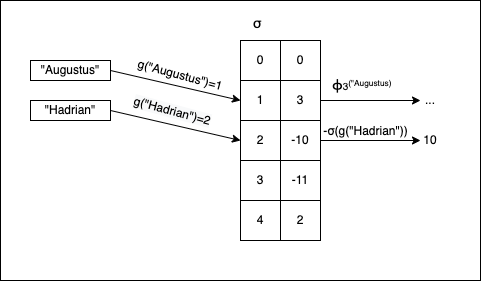
Above: assets/images/2022-03-15-perfect-hashing-with-java/fct.drawio.png in nomemory/andreinc-site (draw.io), before the change. Source tidied: cells renumbered, new cells last; positions are measured from the earlier drawing's top-left corner, leaving out a move shared by most shapes.
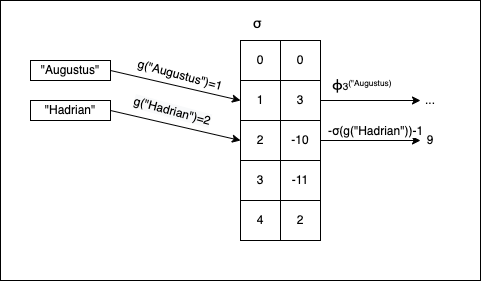
After the commit.

Change to the diagram source:
```diff
@@ -69,11 +69,11 @@
         <mxPoint x="420" y="140" as="targetPoint" />
       </mxGeometry>
     </mxCell>
-    <mxCell id="23" value="10" style="text;html=1;strokeColor=none;fillColor=none;align=center;verticalAlign=middle;whiteSpace=wrap;rounded=0;" parent="1" vertex="1">
+    <mxCell id="23" value="9" style="text;html=1;strokeColor=none;fillColor=none;align=center;verticalAlign=middle;whiteSpace=wrap;rounded=0;" parent="1" vertex="1">
       <mxGeometry x="400" y="125" width="60" height="30" as="geometry" />
     </mxCell>
-    <mxCell id="24" value="&lt;div style=&quot;line-height: 18px&quot;&gt;&lt;span style=&quot;background-color: rgb(255 , 255 , 255)&quot;&gt;-σ(g(&quot;Hadrian&quot;))&lt;/span&gt;&lt;/div&gt;" style="text;html=1;align=center;verticalAlign=middle;strokeColor=none;fillColor=none;" parent="1" vertex="1">
-      <mxGeometry x="315" y="120" width="100" height="20" as="geometry" />
+    <mxCell id="24" value="&lt;div style=&quot;line-height: 18px&quot;&gt;&lt;span style=&quot;background-color: rgb(255 , 255 , 255)&quot;&gt;-σ(g(&quot;Hadrian&quot;))-1&lt;/span&gt;&lt;/div&gt;" style="text;html=1;align=center;verticalAlign=middle;strokeColor=none;fillColor=none;" parent="1" vertex="1">
+      <mxGeometry x="320" y="120" width="110" height="20" as="geometry" />
     </mxCell>
     <mxCell id="25" value="..." style="text;html=1;strokeColor=none;fillColor=none;align=center;verticalAlign=middle;whiteSpace=wrap;rounded=0;labelBackgroundColor=#FFFFFF;fontFamily=Helvetica;fontColor=#000000;" parent="1" vertex="1">
       <mxGeometry x="420" y="85" width="20" height="30" as="geometry" />
```
